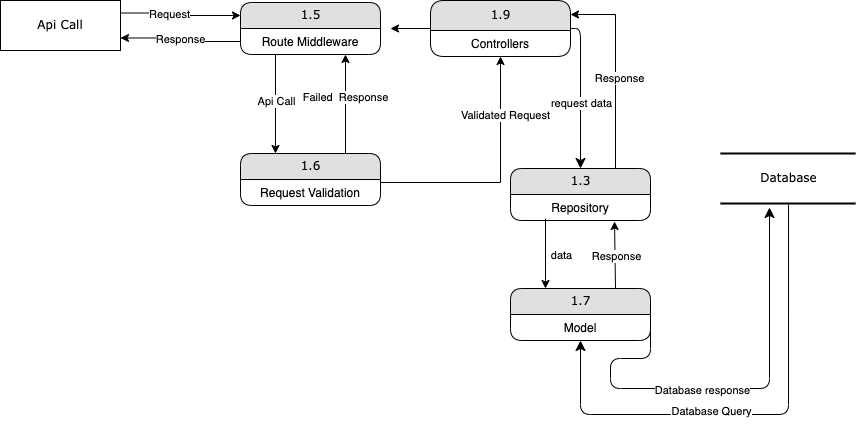
This is public/assets/images/er.png from godwindaniel101/hostel-world, a draw.io export, as it was before one commit. Source tidied: cells renumbered, new cells last; positions are measured from the earlier drawing's top-left corner, leaving out a move shared by most shapes. Source of this version:
```xml
<mxGraphModel>
  <root>
    <mxCell id="0" />
    <mxCell id="1" parent="0" />
    <mxCell id="2" value="Database" style="html=1;rounded=0;shadow=0;comic=0;labelBackgroundColor=none;strokeWidth=2;fontFamily=Verdana;fontSize=12;align=center;shape=mxgraph.ios7ui.horLines;" parent="1" vertex="1">
      <mxGeometry x="720" y="153" width="135" height="50" as="geometry" />
    </mxCell>
    <mxCell id="3" style="edgeStyle=orthogonalEdgeStyle;rounded=0;jettySize=auto;html=1;exitX=1;exitY=0.25;exitDx=0;exitDy=0;entryX=0;entryY=0.25;entryDx=0;entryDy=0;" parent="1" edge="1" source="5" target="8">
      <mxGeometry relative="1" as="geometry" />
    </mxCell>
    <mxCell id="4" value="Request" style="edgeLabel;html=1;align=center;verticalAlign=middle;" parent="3" vertex="1">
      <mxGeometry x="-0.21" relative="1" as="geometry">
        <mxPoint y="1" as="offset" />
      </mxGeometry>
    </mxCell>
    <mxCell id="5" value="Api Call" style="whiteSpace=wrap;html=1;rounded=0;shadow=0;comic=0;labelBackgroundColor=none;strokeWidth=1;fontFamily=Verdana;fontSize=12;align=center;" parent="1" vertex="1">
      <mxGeometry width="120" height="50" as="geometry" />
    </mxCell>
    <mxCell id="6" style="edgeStyle=orthogonalEdgeStyle;rounded=0;jettySize=auto;html=1;exitX=0.25;exitY=1;exitDx=0;exitDy=0;entryX=0.25;entryY=0;entryDx=0;entryDy=0;" parent="1" edge="1" source="8" target="14">
      <mxGeometry relative="1" as="geometry" />
    </mxCell>
    <mxCell id="7" value="Api Call" style="edgeLabel;html=1;align=center;verticalAlign=middle;" parent="6" vertex="1">
      <mxGeometry x="-0.07" relative="1" as="geometry" />
    </mxCell>
    <mxCell id="8" value="1.5" style="swimlane;html=1;fontStyle=0;horizontal=1;startSize=26;fillColor=#e0e0e0;swimlaneFillColor=#ffffff;align=center;rounded=1;shadow=0;comic=0;labelBackgroundColor=none;strokeWidth=1;fontFamily=Verdana;fontSize=12;" parent="1" vertex="1">
      <mxGeometry x="240" y="2" width="140" height="52" as="geometry" />
    </mxCell>
    <mxCell id="9" value="Route Middleware" style="text;html=1;strokeColor=none;fillColor=none;spacingLeft=4;spacingRight=4;whiteSpace=wrap;overflow=hidden;points=[[0,0.5],[1,0.5]];portConstraint=eastwest;align=center;" parent="8" vertex="1">
      <mxGeometry y="26" width="140" height="26" as="geometry" />
    </mxCell>
    <mxCell id="10" style="edgeStyle=orthogonalEdgeStyle;html=1;labelBackgroundColor=none;startFill=0;startSize=8;endFill=1;endSize=8;fontFamily=Verdana;fontSize=12;exitX=0.504;exitY=1.02;exitDx=0;exitDy=0;exitPerimeter=0;" parent="1" edge="1" source="2" target="25">
      <mxGeometry relative="1" as="geometry">
        <Array as="points">
          <mxPoint x="788" y="414" />
          <mxPoint x="580" y="414" />
        </Array>
      </mxGeometry>
    </mxCell>
    <mxCell id="11" value="Database Query" style="edgeLabel;html=1;align=center;verticalAlign=middle;" parent="10" vertex="1">
      <mxGeometry x="0.17" y="-4" relative="1" as="geometry" />
    </mxCell>
    <mxCell id="12" style="edgeStyle=orthogonalEdgeStyle;rounded=0;jettySize=auto;html=1;exitX=0.75;exitY=0;exitDx=0;exitDy=0;entryX=0.75;entryY=1;entryDx=0;entryDy=0;" parent="1" edge="1" source="14" target="8">
      <mxGeometry relative="1" as="geometry" />
    </mxCell>
    <mxCell id="13" value="Failed&amp;nbsp; Response" style="edgeLabel;html=1;align=center;verticalAlign=middle;" parent="12" vertex="1">
      <mxGeometry x="0.15" y="1" relative="1" as="geometry" />
    </mxCell>
    <mxCell id="14" value="1.6" style="swimlane;html=1;fontStyle=0;horizontal=1;startSize=26;fillColor=#e0e0e0;swimlaneFillColor=#ffffff;align=center;rounded=1;shadow=0;comic=0;labelBackgroundColor=none;strokeWidth=1;fontFamily=Verdana;fontSize=12;" parent="1" vertex="1">
      <mxGeometry x="240" y="153" width="140" height="52" as="geometry" />
    </mxCell>
    <mxCell id="15" value="Request Validation" style="text;html=1;strokeColor=none;fillColor=none;spacingLeft=4;spacingRight=4;whiteSpace=wrap;overflow=hidden;points=[[0,0.5],[1,0.5]];portConstraint=eastwest;align=center;" parent="14" vertex="1">
      <mxGeometry y="26" width="140" height="26" as="geometry" />
    </mxCell>
    <mxCell id="16" style="edgeStyle=orthogonalEdgeStyle;html=1;labelBackgroundColor=none;startFill=0;startSize=8;endFill=1;endSize=8;fontFamily=Verdana;fontSize=12;entryX=0.5;entryY=0;entryDx=0;entryDy=0;" parent="1" edge="1" source="19" target="23">
      <mxGeometry relative="1" as="geometry">
        <Array as="points">
          <mxPoint x="580" y="28" />
        </Array>
      </mxGeometry>
    </mxCell>
    <mxCell id="17" value="request data" style="edgeLabel;html=1;align=center;verticalAlign=middle;" parent="16" vertex="1">
      <mxGeometry x="0.12" relative="1" as="geometry" />
    </mxCell>
    <mxCell id="18" style="edgeStyle=orthogonalEdgeStyle;rounded=0;jettySize=auto;html=1;exitX=0;exitY=0.5;exitDx=0;exitDy=0;" parent="1" edge="1" source="19">
      <mxGeometry relative="1" as="geometry">
        <mxPoint x="390" y="28" as="targetPoint" />
      </mxGeometry>
    </mxCell>
    <mxCell id="19" value="1.9" style="swimlane;html=1;fontStyle=0;horizontal=1;startSize=30;fillColor=#e0e0e0;swimlaneFillColor=#ffffff;align=center;rounded=1;shadow=0;comic=0;labelBackgroundColor=none;strokeWidth=1;fontFamily=Verdana;fontSize=12;" parent="1" vertex="1">
      <mxGeometry x="430" width="140" height="56" as="geometry" />
    </mxCell>
    <mxCell id="20" value="Controllers" style="text;html=1;strokeColor=none;fillColor=none;spacingLeft=4;spacingRight=4;whiteSpace=wrap;overflow=hidden;align=center;" parent="19" vertex="1">
      <mxGeometry y="30" width="140" height="26" as="geometry" />
    </mxCell>
    <mxCell id="21" style="edgeStyle=orthogonalEdgeStyle;rounded=0;jettySize=auto;html=1;exitX=0.75;exitY=0;exitDx=0;exitDy=0;entryX=1;entryY=0.25;entryDx=0;entryDy=0;" parent="1" edge="1" source="23" target="19">
      <mxGeometry relative="1" as="geometry" />
    </mxCell>
    <mxCell id="22" value="Response" style="edgeLabel;html=1;align=center;verticalAlign=middle;" parent="21" vertex="1">
      <mxGeometry x="-0.09" y="-3" relative="1" as="geometry" />
    </mxCell>
    <mxCell id="23" value="1.3" style="swimlane;html=1;fontStyle=0;horizontal=1;startSize=26;fillColor=#e0e0e0;swimlaneFillColor=#ffffff;align=center;rounded=1;shadow=0;comic=0;labelBackgroundColor=none;strokeWidth=1;fontFamily=Verdana;fontSize=12;" parent="1" vertex="1">
      <mxGeometry x="510" y="168" width="140" height="52" as="geometry" />
    </mxCell>
    <mxCell id="24" value="Repository" style="text;html=1;strokeColor=none;fillColor=none;spacingLeft=4;spacingRight=4;whiteSpace=wrap;overflow=hidden;points=[[0,0.5],[1,0.5]];portConstraint=eastwest;align=center;" parent="23" vertex="1">
      <mxGeometry y="26" width="140" height="26" as="geometry" />
    </mxCell>
    <mxCell id="25" value="1.7" style="swimlane;html=1;fontStyle=0;horizontal=1;startSize=26;fillColor=#e0e0e0;swimlaneFillColor=#ffffff;align=center;rounded=1;shadow=0;comic=0;labelBackgroundColor=none;strokeWidth=1;fontFamily=Verdana;fontSize=12;" parent="1" vertex="1">
      <mxGeometry x="510" y="288" width="140" height="52" as="geometry" />
    </mxCell>
    <mxCell id="26" value="Model" style="text;html=1;strokeColor=none;fillColor=none;spacingLeft=4;spacingRight=4;whiteSpace=wrap;overflow=hidden;points=[[0,0.5],[1,0.5]];portConstraint=eastwest;align=center;" parent="25" vertex="1">
      <mxGeometry y="26" width="140" height="26" as="geometry" />
    </mxCell>
    <mxCell id="27" style="edgeStyle=orthogonalEdgeStyle;rounded=0;jettySize=auto;html=1;exitX=0;exitY=0.5;exitDx=0;exitDy=0;entryX=1;entryY=0.75;entryDx=0;entryDy=0;" parent="1" edge="1" source="9" target="5">
      <mxGeometry relative="1" as="geometry" />
    </mxCell>
    <mxCell id="28" value="Response" style="edgeLabel;html=1;align=center;verticalAlign=middle;" parent="27" vertex="1">
      <mxGeometry x="0.04" y="1" relative="1" as="geometry" />
    </mxCell>
    <mxCell id="29" style="endArrow=classic;html=1;rounded=0;entryX=0.5;entryY=1;entryDx=0;entryDy=0;exitX=1;exitY=0.115;exitDx=0;exitDy=0;exitPerimeter=0;" parent="1" edge="1" source="15" target="19">
      <mxGeometry relative="1" as="geometry">
        <Array as="points">
          <mxPoint x="500" y="182" />
        </Array>
      </mxGeometry>
    </mxCell>
    <mxCell id="30" value="Validated Request" style="edgeLabel;html=1;align=center;verticalAlign=middle;" parent="29" vertex="1">
      <mxGeometry x="0.53" y="-4" relative="1" as="geometry" />
    </mxCell>
    <mxCell id="31" style="endArrow=classic;html=1;rounded=0;exitX=0.75;exitY=0;exitDx=0;exitDy=0;entryX=0.743;entryY=1.038;entryDx=0;entryDy=0;entryPerimeter=0;" parent="1" edge="1" source="25" target="24">
      <mxGeometry relative="1" as="geometry" />
    </mxCell>
    <mxCell id="32" value="Response" style="edgeLabel;html=1;align=center;verticalAlign=middle;" parent="31" vertex="1">
      <mxGeometry x="-0.06" y="-1" relative="1" as="geometry" />
    </mxCell>
    <mxCell id="33" style="edgeStyle=orthogonalEdgeStyle;html=1;labelBackgroundColor=none;startFill=0;startSize=8;endFill=1;endSize=8;fontFamily=Verdana;fontSize=12;exitX=1;exitY=0.538;exitDx=0;exitDy=0;exitPerimeter=0;entryX=0.363;entryY=1.08;entryDx=0;entryDy=0;entryPerimeter=0;" parent="1" edge="1" source="26" target="2">
      <mxGeometry relative="1" as="geometry">
        <Array as="points">
          <mxPoint x="650" y="358" />
          <mxPoint x="610" y="358" />
          <mxPoint x="610" y="388" />
          <mxPoint x="769" y="388" />
        </Array>
      </mxGeometry>
    </mxCell>
    <mxCell id="34" value="Database response" style="edgeLabel;html=1;align=center;verticalAlign=middle;" parent="33" vertex="1">
      <mxGeometry x="-0.13" y="-1" relative="1" as="geometry" />
    </mxCell>
    <mxCell id="35" style="endArrow=classic;html=1;rounded=0;entryX=0.25;entryY=0;entryDx=0;entryDy=0;" parent="1" edge="1" target="25">
      <mxGeometry relative="1" as="geometry">
        <mxPoint x="545" y="218" as="sourcePoint" />
      </mxGeometry>
    </mxCell>
    <mxCell id="36" value="data" style="edgeLabel;html=1;align=center;verticalAlign=middle;" parent="35" vertex="1">
      <mxGeometry x="0.02" y="2" relative="1" as="geometry">
        <mxPoint x="13" as="offset" />
      </mxGeometry>
    </mxCell>
  </root>
</mxGraphModel>
```
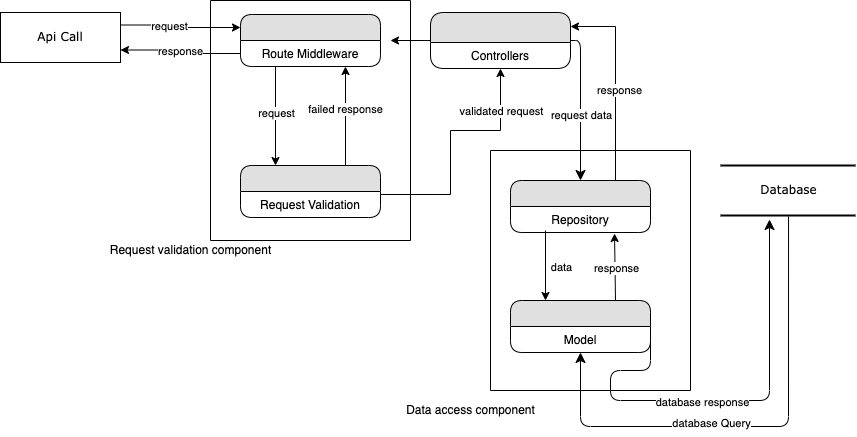
After the commit.

Change to the diagram source:
```diff
@@ -8,7 +8,7 @@
     <mxCell id="3" style="edgeStyle=orthogonalEdgeStyle;rounded=0;jettySize=auto;html=1;exitX=1;exitY=0.25;exitDx=0;exitDy=0;entryX=0;entryY=0.25;entryDx=0;entryDy=0;" parent="1" edge="1" source="5" target="8">
       <mxGeometry relative="1" as="geometry" />
     </mxCell>
-    <mxCell id="4" value="Request" style="edgeLabel;html=1;align=center;verticalAlign=middle;" parent="3" vertex="1">
+    <mxCell id="4" value="request" style="edgeLabel;html=1;align=center;verticalAlign=middle;" parent="3" vertex="1">
       <mxGeometry x="-0.21" relative="1" as="geometry">
         <mxPoint y="1" as="offset" />
       </mxGeometry>
@@ -19,10 +19,10 @@
     <mxCell id="6" style="edgeStyle=orthogonalEdgeStyle;rounded=0;jettySize=auto;html=1;exitX=0.25;exitY=1;exitDx=0;exitDy=0;entryX=0.25;entryY=0;entryDx=0;entryDy=0;" parent="1" edge="1" source="8" target="14">
       <mxGeometry relative="1" as="geometry" />
     </mxCell>
-    <mxCell id="7" value="Api Call" style="edgeLabel;html=1;align=center;verticalAlign=middle;" parent="6" vertex="1">
+    <mxCell id="7" value="request" style="edgeLabel;html=1;align=center;verticalAlign=middle;" parent="6" vertex="1">
       <mxGeometry x="-0.07" relative="1" as="geometry" />
     </mxCell>
-    <mxCell id="8" value="1.5" style="swimlane;html=1;fontStyle=0;horizontal=1;startSize=26;fillColor=#e0e0e0;swimlaneFillColor=#ffffff;align=center;rounded=1;shadow=0;comic=0;labelBackgroundColor=none;strokeWidth=1;fontFamily=Verdana;fontSize=12;" parent="1" vertex="1">
+    <mxCell id="8" style="swimlane;html=1;fontStyle=0;horizontal=1;startSize=26;fillColor=#e0e0e0;swimlaneFillColor=#ffffff;align=center;rounded=1;shadow=0;comic=0;labelBackgroundColor=none;strokeWidth=1;fontFamily=Verdana;fontSize=12;" parent="1" vertex="1">
       <mxGeometry x="240" y="2" width="140" height="52" as="geometry" />
     </mxCell>
     <mxCell id="9" value="Route Middleware" style="text;html=1;strokeColor=none;fillColor=none;spacingLeft=4;spacingRight=4;whiteSpace=wrap;overflow=hidden;points=[[0,0.5],[1,0.5]];portConstraint=eastwest;align=center;" parent="8" vertex="1">
@@ -36,16 +36,16 @@
         </Array>
       </mxGeometry>
     </mxCell>
-    <mxCell id="11" value="Database Query" style="edgeLabel;html=1;align=center;verticalAlign=middle;" parent="10" vertex="1">
+    <mxCell id="11" value="database Query" style="edgeLabel;html=1;align=center;verticalAlign=middle;" parent="10" vertex="1">
       <mxGeometry x="0.17" y="-4" relative="1" as="geometry" />
     </mxCell>
     <mxCell id="12" style="edgeStyle=orthogonalEdgeStyle;rounded=0;jettySize=auto;html=1;exitX=0.75;exitY=0;exitDx=0;exitDy=0;entryX=0.75;entryY=1;entryDx=0;entryDy=0;" parent="1" edge="1" source="14" target="8">
       <mxGeometry relative="1" as="geometry" />
     </mxCell>
-    <mxCell id="13" value="Failed&amp;nbsp; Response" style="edgeLabel;html=1;align=center;verticalAlign=middle;" parent="12" vertex="1">
+    <mxCell id="13" value="failed response" style="edgeLabel;html=1;align=center;verticalAlign=middle;" parent="12" vertex="1">
       <mxGeometry x="0.15" y="1" relative="1" as="geometry" />
     </mxCell>
-    <mxCell id="14" value="1.6" style="swimlane;html=1;fontStyle=0;horizontal=1;startSize=26;fillColor=#e0e0e0;swimlaneFillColor=#ffffff;align=center;rounded=1;shadow=0;comic=0;labelBackgroundColor=none;strokeWidth=1;fontFamily=Verdana;fontSize=12;" parent="1" vertex="1">
+    <mxCell id="14" style="swimlane;html=1;fontStyle=0;horizontal=1;startSize=26;fillColor=#e0e0e0;swimlaneFillColor=#ffffff;align=center;rounded=1;shadow=0;comic=0;labelBackgroundColor=none;strokeWidth=1;fontFamily=Verdana;fontSize=12;" parent="1" vertex="1">
       <mxGeometry x="240" y="153" width="140" height="52" as="geometry" />
     </mxCell>
     <mxCell id="15" value="Request Validation" style="text;html=1;strokeColor=none;fillColor=none;spacingLeft=4;spacingRight=4;whiteSpace=wrap;overflow=hidden;points=[[0,0.5],[1,0.5]];portConstraint=eastwest;align=center;" parent="14" vertex="1">
@@ -66,7 +66,7 @@
         <mxPoint x="390" y="28" as="targetPoint" />
       </mxGeometry>
     </mxCell>
-    <mxCell id="19" value="1.9" style="swimlane;html=1;fontStyle=0;horizontal=1;startSize=30;fillColor=#e0e0e0;swimlaneFillColor=#ffffff;align=center;rounded=1;shadow=0;comic=0;labelBackgroundColor=none;strokeWidth=1;fontFamily=Verdana;fontSize=12;" parent="1" vertex="1">
+    <mxCell id="19" style="swimlane;html=1;fontStyle=0;horizontal=1;startSize=30;fillColor=#e0e0e0;swimlaneFillColor=#ffffff;align=center;rounded=1;shadow=0;comic=0;labelBackgroundColor=none;strokeWidth=1;fontFamily=Verdana;fontSize=12;" parent="1" vertex="1">
       <mxGeometry x="430" width="140" height="56" as="geometry" />
     </mxCell>
     <mxCell id="20" value="Controllers" style="text;html=1;strokeColor=none;fillColor=none;spacingLeft=4;spacingRight=4;whiteSpace=wrap;overflow=hidden;align=center;" parent="19" vertex="1">
@@ -75,16 +75,16 @@
     <mxCell id="21" style="edgeStyle=orthogonalEdgeStyle;rounded=0;jettySize=auto;html=1;exitX=0.75;exitY=0;exitDx=0;exitDy=0;entryX=1;entryY=0.25;entryDx=0;entryDy=0;" parent="1" edge="1" source="23" target="19">
       <mxGeometry relative="1" as="geometry" />
     </mxCell>
-    <mxCell id="22" value="Response" style="edgeLabel;html=1;align=center;verticalAlign=middle;" parent="21" vertex="1">
+    <mxCell id="22" value="response" style="edgeLabel;html=1;align=center;verticalAlign=middle;" parent="21" vertex="1">
       <mxGeometry x="-0.09" y="-3" relative="1" as="geometry" />
     </mxCell>
-    <mxCell id="23" value="1.3" style="swimlane;html=1;fontStyle=0;horizontal=1;startSize=26;fillColor=#e0e0e0;swimlaneFillColor=#ffffff;align=center;rounded=1;shadow=0;comic=0;labelBackgroundColor=none;strokeWidth=1;fontFamily=Verdana;fontSize=12;" parent="1" vertex="1">
+    <mxCell id="23" style="swimlane;html=1;fontStyle=0;horizontal=1;startSize=26;fillColor=#e0e0e0;swimlaneFillColor=#ffffff;align=center;rounded=1;shadow=0;comic=0;labelBackgroundColor=none;strokeWidth=1;fontFamily=Verdana;fontSize=12;" parent="1" vertex="1">
       <mxGeometry x="510" y="168" width="140" height="52" as="geometry" />
     </mxCell>
     <mxCell id="24" value="Repository" style="text;html=1;strokeColor=none;fillColor=none;spacingLeft=4;spacingRight=4;whiteSpace=wrap;overflow=hidden;points=[[0,0.5],[1,0.5]];portConstraint=eastwest;align=center;" parent="23" vertex="1">
       <mxGeometry y="26" width="140" height="26" as="geometry" />
     </mxCell>
-    <mxCell id="25" value="1.7" style="swimlane;html=1;fontStyle=0;horizontal=1;startSize=26;fillColor=#e0e0e0;swimlaneFillColor=#ffffff;align=center;rounded=1;shadow=0;comic=0;labelBackgroundColor=none;strokeWidth=1;fontFamily=Verdana;fontSize=12;" parent="1" vertex="1">
+    <mxCell id="25" style="swimlane;html=1;fontStyle=0;horizontal=1;startSize=26;fillColor=#e0e0e0;swimlaneFillColor=#ffffff;align=center;rounded=1;shadow=0;comic=0;labelBackgroundColor=none;strokeWidth=1;fontFamily=Verdana;fontSize=12;" parent="1" vertex="1">
       <mxGeometry x="510" y="288" width="140" height="52" as="geometry" />
     </mxCell>
     <mxCell id="26" value="Model" style="text;html=1;strokeColor=none;fillColor=none;spacingLeft=4;spacingRight=4;whiteSpace=wrap;overflow=hidden;points=[[0,0.5],[1,0.5]];portConstraint=eastwest;align=center;" parent="25" vertex="1">
@@ -93,23 +93,27 @@
     <mxCell id="27" style="edgeStyle=orthogonalEdgeStyle;rounded=0;jettySize=auto;html=1;exitX=0;exitY=0.5;exitDx=0;exitDy=0;entryX=1;entryY=0.75;entryDx=0;entryDy=0;" parent="1" edge="1" source="9" target="5">
       <mxGeometry relative="1" as="geometry" />
     </mxCell>
-    <mxCell id="28" value="Response" style="edgeLabel;html=1;align=center;verticalAlign=middle;" parent="27" vertex="1">
+    <mxCell id="28" value="response" style="edgeLabel;html=1;align=center;verticalAlign=middle;" parent="27" vertex="1">
       <mxGeometry x="0.04" y="1" relative="1" as="geometry" />
     </mxCell>
     <mxCell id="29" style="endArrow=classic;html=1;rounded=0;entryX=0.5;entryY=1;entryDx=0;entryDy=0;exitX=1;exitY=0.115;exitDx=0;exitDy=0;exitPerimeter=0;" parent="1" edge="1" source="15" target="19">
       <mxGeometry relative="1" as="geometry">
         <Array as="points">
-          <mxPoint x="500" y="182" />
+          <mxPoint x="450" y="182" />
+          <mxPoint x="450" y="118" />
+          <mxPoint x="500" y="118" />
         </Array>
       </mxGeometry>
     </mxCell>
-    <mxCell id="30" value="Validated Request" style="edgeLabel;html=1;align=center;verticalAlign=middle;" parent="29" vertex="1">
-      <mxGeometry x="0.53" y="-4" relative="1" as="geometry" />
+    <mxCell id="30" value="validated request" style="edgeLabel;html=1;align=center;verticalAlign=middle;" parent="29" vertex="1">
+      <mxGeometry x="0.53" y="-4" relative="1" as="geometry">
+        <mxPoint x="-4" y="-16" as="offset" />
+      </mxGeometry>
     </mxCell>
     <mxCell id="31" style="endArrow=classic;html=1;rounded=0;exitX=0.75;exitY=0;exitDx=0;exitDy=0;entryX=0.743;entryY=1.038;entryDx=0;entryDy=0;entryPerimeter=0;" parent="1" edge="1" source="25" target="24">
       <mxGeometry relative="1" as="geometry" />
     </mxCell>
-    <mxCell id="32" value="Response" style="edgeLabel;html=1;align=center;verticalAlign=middle;" parent="31" vertex="1">
+    <mxCell id="32" value="response" style="edgeLabel;html=1;align=center;verticalAlign=middle;" parent="31" vertex="1">
       <mxGeometry x="-0.06" y="-1" relative="1" as="geometry" />
     </mxCell>
     <mxCell id="33" style="edgeStyle=orthogonalEdgeStyle;html=1;labelBackgroundColor=none;startFill=0;startSize=8;endFill=1;endSize=8;fontFamily=Verdana;fontSize=12;exitX=1;exitY=0.538;exitDx=0;exitDy=0;exitPerimeter=0;entryX=0.363;entryY=1.08;entryDx=0;entryDy=0;entryPerimeter=0;" parent="1" edge="1" source="26" target="2">
@@ -122,7 +126,7 @@
         </Array>
       </mxGeometry>
     </mxCell>
-    <mxCell id="34" value="Database response" style="edgeLabel;html=1;align=center;verticalAlign=middle;" parent="33" vertex="1">
+    <mxCell id="34" value="database response" style="edgeLabel;html=1;align=center;verticalAlign=middle;" parent="33" vertex="1">
       <mxGeometry x="-0.13" y="-1" relative="1" as="geometry" />
     </mxCell>
     <mxCell id="35" style="endArrow=classic;html=1;rounded=0;entryX=0.25;entryY=0;entryDx=0;entryDy=0;" parent="1" edge="1" target="25">
@@ -135,5 +139,17 @@
         <mxPoint x="13" as="offset" />
       </mxGeometry>
     </mxCell>
+    <mxCell id="37" style="swimlane;startSize=0;" parent="1" vertex="1">
+      <mxGeometry x="490" y="138" width="200" height="240" as="geometry" />
+    </mxCell>
+    <mxCell id="38" value="Data access component" style="text;html=1;align=center;verticalAlign=middle;strokeColor=none;fillColor=none;" parent="1" vertex="1">
+      <mxGeometry x="400" y="388" width="140" height="20" as="geometry" />
+    </mxCell>
+    <mxCell id="39" style="swimlane;startSize=0;" parent="1" vertex="1">
+      <mxGeometry x="210" y="-12" width="200" height="240" as="geometry" />
+    </mxCell>
+    <mxCell id="40" value="Request validation component" style="text;html=1;align=center;verticalAlign=middle;strokeColor=none;fillColor=none;" parent="1" vertex="1">
+      <mxGeometry x="100" y="228" width="180" height="20" as="geometry" />
+    </mxCell>
   </root>
 </mxGraphModel>
```
